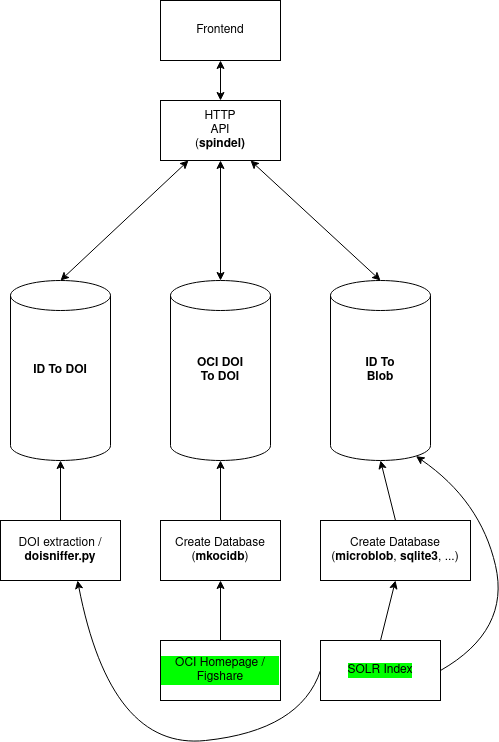
Earlier version of the draw.io export notes/Labe.png (slub/labe). Source tidied: cells renumbered, new cells last; positions are measured from the earlier drawing's top-left corner, leaving out a move shared by most shapes.
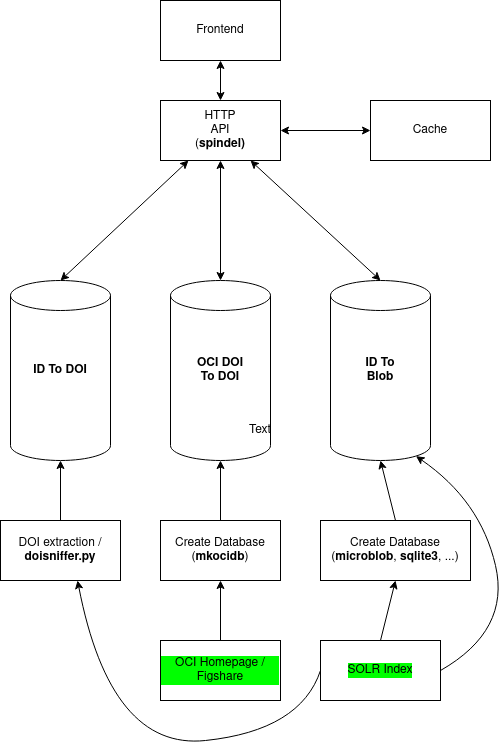
Above is the later version.

Commit message:
notes: update diagram, add cache

Change to the diagram source:
```diff
@@ -91,5 +91,14 @@
         </Array>
       </mxGeometry>
     </mxCell>
+    <mxCell id="27" value="Cache" style="rounded=0;whiteSpace=wrap;html=1;hachureGap=4;" parent="1" vertex="1">
+      <mxGeometry x="370" y="100" width="120" height="60" as="geometry" />
+    </mxCell>
+    <mxCell id="28" style="endArrow=classic;startArrow=classic;html=1;entryX=1;entryY=0.5;entryDx=0;entryDy=0;" parent="1" edge="1" source="27" target="2">
+      <mxGeometry relative="1" as="geometry" />
+    </mxCell>
+    <mxCell id="29" value="Text" style="text;html=1;strokeColor=none;fillColor=none;align=center;verticalAlign=middle;whiteSpace=wrap;rounded=0;hachureGap=4;" parent="1" vertex="1">
+      <mxGeometry x="240" y="420" width="40" height="20" as="geometry" />
+    </mxCell>
   </root>
 </mxGraphModel>
```
